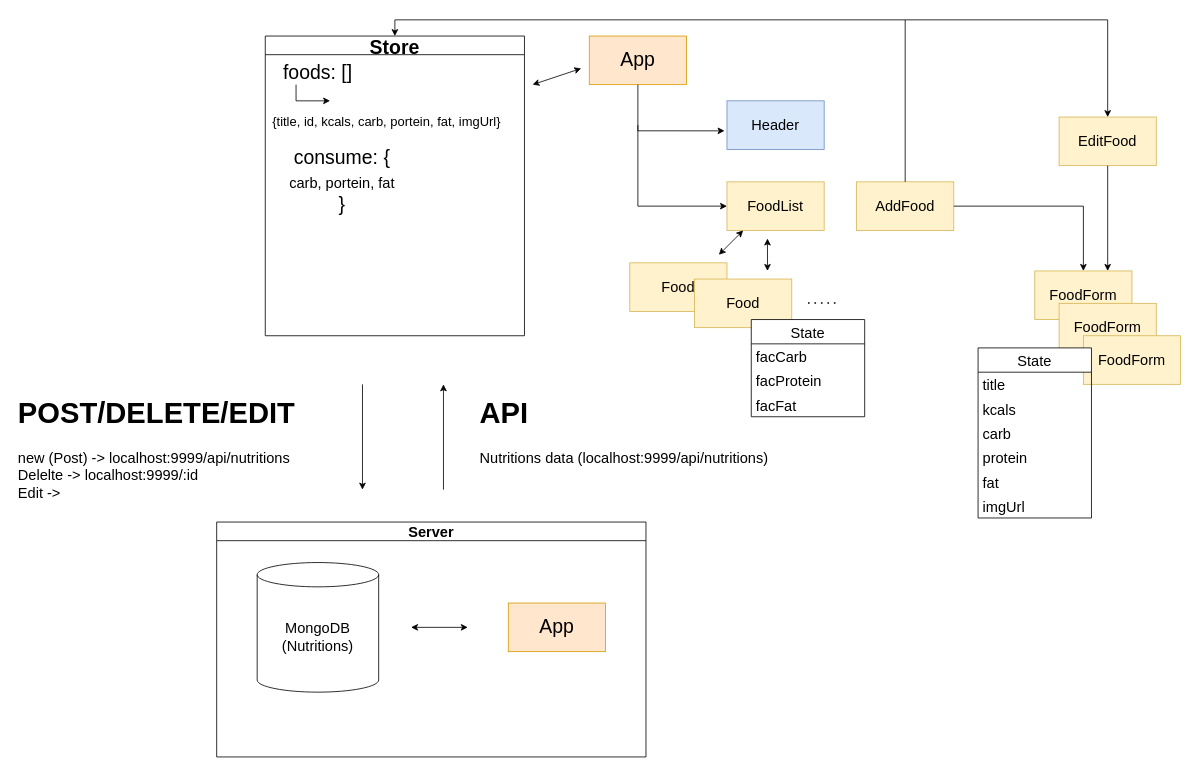
This is model.drawio from TimDreamer/nutrition-app, a draw.io file, before an edit. Source tidied: cells renumbered, new cells numbered last; positions are measured from the earlier drawing's top-left corner, leaving out a move shared by most shapes. Both pictures are drawn from the tidied source at 81%, with x=0, y=0 at pixel (14, 19).
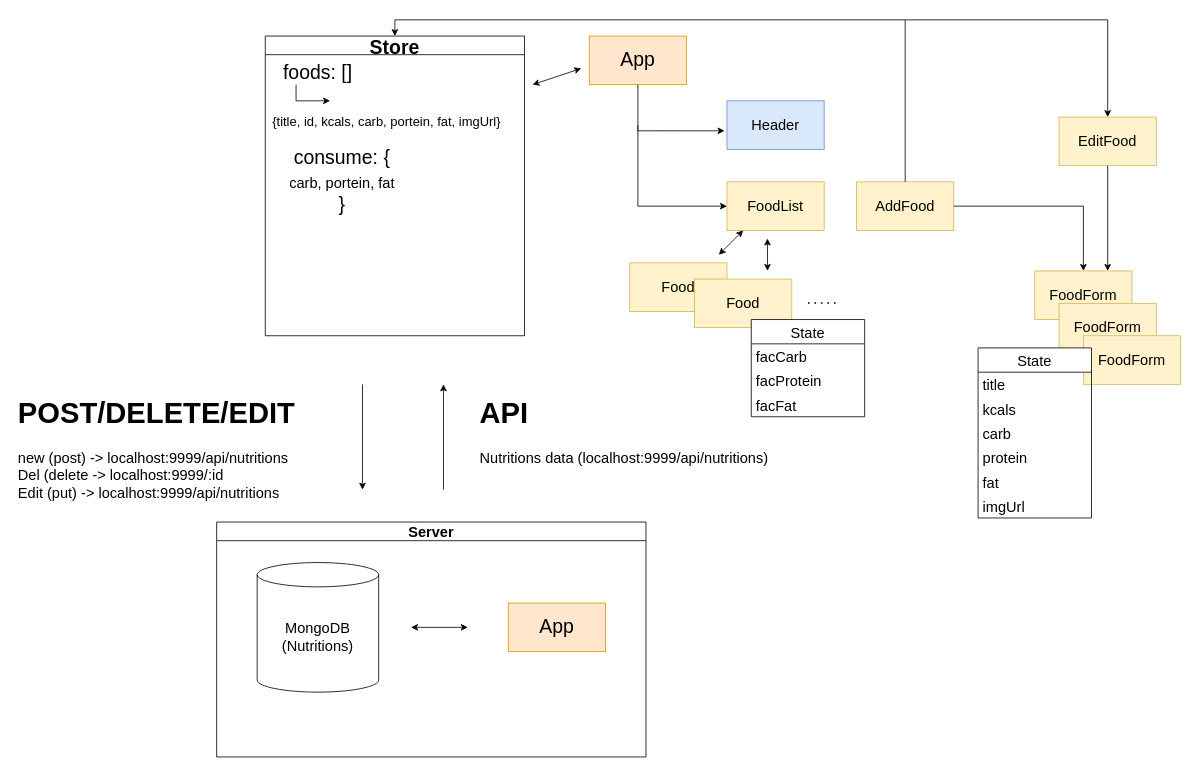
The same page after the edit.

Diff of the diagram source:
```diff
@@
-    <mxCell id="25" value="&lt;h1&gt;&lt;span&gt;POST/DELETE/EDIT&lt;/span&gt;&lt;/h1&gt;&lt;div&gt;&lt;span&gt;new (Post) -&amp;gt; localhost:9999/api/nutritions&lt;/span&gt;&lt;/div&gt;&lt;div&gt;Delelte -&amp;gt; localhost:9999/:id&lt;/div&gt;&lt;div&gt;Edit -&amp;gt;&amp;nbsp;&lt;/div&gt;" style="text;html=1;strokeColor=none;fillColor=none;spacing=5;spacingTop=-20;whiteSpace=wrap;overflow=hidden;rounded=0;fontSize=18;" parent="1" vertex="1">
+    <mxCell id="25" value="&lt;h1&gt;&lt;span&gt;POST/DELETE/EDIT&lt;/span&gt;&lt;/h1&gt;&lt;div&gt;&lt;span&gt;new (post) -&amp;gt; localhost:9999/api/nutritions&lt;/span&gt;&lt;/div&gt;&lt;div&gt;Del (delete -&amp;gt; localhost:9999/:id&lt;/div&gt;&lt;div&gt;Edit (put) -&amp;gt; localhost:9999/api/nutritions&lt;/div&gt;" style="text;html=1;strokeColor=none;fillColor=none;spacing=5;spacingTop=-20;whiteSpace=wrap;overflow=hidden;rounded=0;fontSize=18;" parent="1" vertex="1">
       <mxGeometry y="450" width="390" height="150" as="geometry" />
     </mxCell>
```
